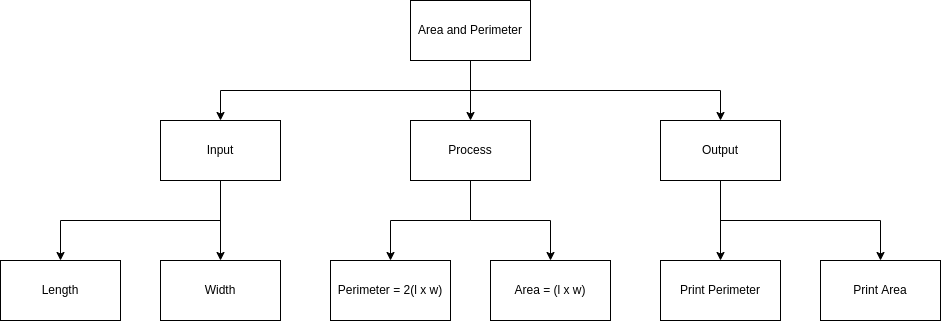
The draw.io diagram design.png in Andrew-Ten-Den/ICS3U-Unit2-02-Python, before a commit. Source tidied: cells renumbered, new cells last; positions are measured from the earlier drawing's top-left corner, leaving out a move shared by most shapes.
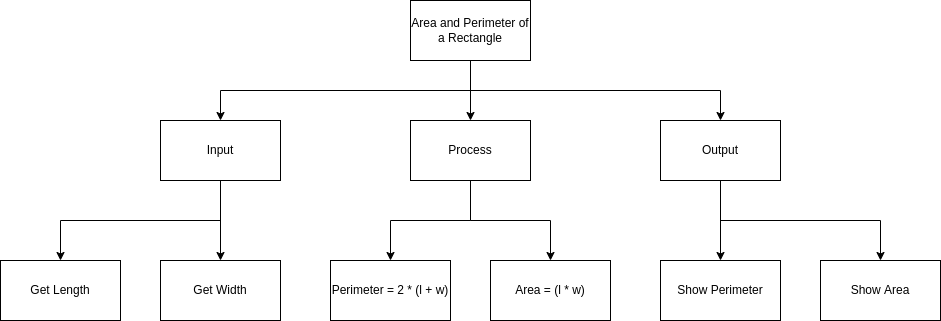
After the change.

Change to the diagram source:
```diff
@@ -79,22 +79,22 @@
     <mxCell id="20" style="rounded=1;whiteSpace=wrap;html=1;" parent="1" vertex="1">
       <mxGeometry y="260" width="120" height="60" as="geometry" />
     </mxCell>
-    <mxCell id="21" value="Length" style="rounded=0;whiteSpace=wrap;html=1;" parent="1" vertex="1">
+    <mxCell id="21" value="Get Length" style="rounded=0;whiteSpace=wrap;html=1;" parent="1" vertex="1">
       <mxGeometry y="260" width="120" height="60" as="geometry" />
     </mxCell>
-    <mxCell id="22" value="Width" style="rounded=0;whiteSpace=wrap;html=1;" parent="1" vertex="1">
+    <mxCell id="22" value="Get Width" style="rounded=0;whiteSpace=wrap;html=1;" parent="1" vertex="1">
       <mxGeometry x="160" y="260" width="120" height="60" as="geometry" />
     </mxCell>
-    <mxCell id="23" value="Perimeter = 2(l x w)" style="rounded=0;whiteSpace=wrap;html=1;" parent="1" vertex="1">
+    <mxCell id="23" value="Perimeter = 2 * (l + w)" style="rounded=0;whiteSpace=wrap;html=1;" parent="1" vertex="1">
       <mxGeometry x="330" y="260" width="120" height="60" as="geometry" />
     </mxCell>
-    <mxCell id="24" value="Area = (l x w)" style="rounded=0;whiteSpace=wrap;html=1;" parent="1" vertex="1">
+    <mxCell id="24" value="Area = (l * w)" style="rounded=0;whiteSpace=wrap;html=1;" parent="1" vertex="1">
       <mxGeometry x="490" y="260" width="120" height="60" as="geometry" />
     </mxCell>
-    <mxCell id="25" value="Print Perimeter" style="rounded=0;whiteSpace=wrap;html=1;" parent="1" vertex="1">
+    <mxCell id="25" value="Show Perimeter" style="rounded=0;whiteSpace=wrap;html=1;" parent="1" vertex="1">
       <mxGeometry x="660" y="260" width="120" height="60" as="geometry" />
     </mxCell>
-    <mxCell id="26" value="Print Area" style="rounded=0;whiteSpace=wrap;html=1;" parent="1" vertex="1">
+    <mxCell id="26" value="Show Area" style="rounded=0;whiteSpace=wrap;html=1;" parent="1" vertex="1">
       <mxGeometry x="820" y="260" width="120" height="60" as="geometry" />
     </mxCell>
     <mxCell id="27" value="Input" style="rounded=0;whiteSpace=wrap;html=1;" parent="1" vertex="1">
@@ -106,7 +106,7 @@
     <mxCell id="29" value="Output" style="rounded=0;whiteSpace=wrap;html=1;" parent="1" vertex="1">
       <mxGeometry x="660" y="120" width="120" height="60" as="geometry" />
     </mxCell>
-    <mxCell id="30" value="Area and Perimeter" style="rounded=0;whiteSpace=wrap;html=1;" parent="1" vertex="1">
+    <mxCell id="30" value="Area and Perimeter of a Rectangle" style="rounded=0;whiteSpace=wrap;html=1;" parent="1" vertex="1">
       <mxGeometry x="410" width="120" height="60" as="geometry" />
     </mxCell>
   </root>
```
